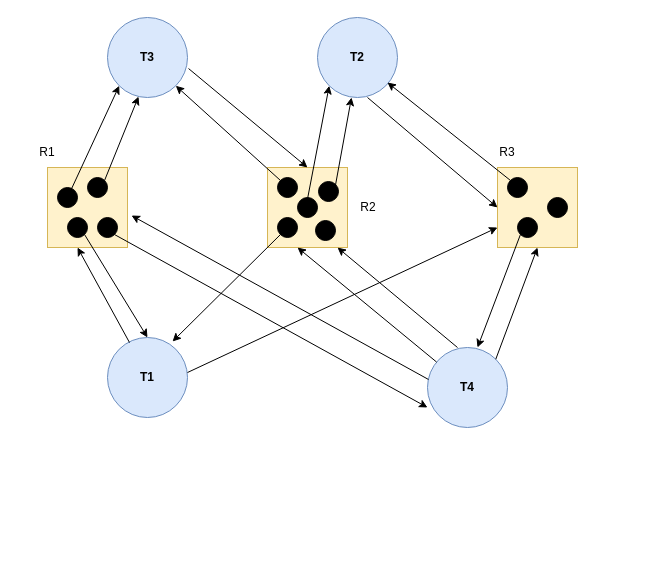
The draw.io diagram RAGs.drawio in huyle84/diagrams, before the edit. Source tidied: cells renumbered, new cells numbered last; positions are measured from the earlier drawing's top-left corner, leaving out a move shared by most shapes. Both pictures are drawn from the tidied source at 100%, with x=0, y=0 at pixel (17, 17).
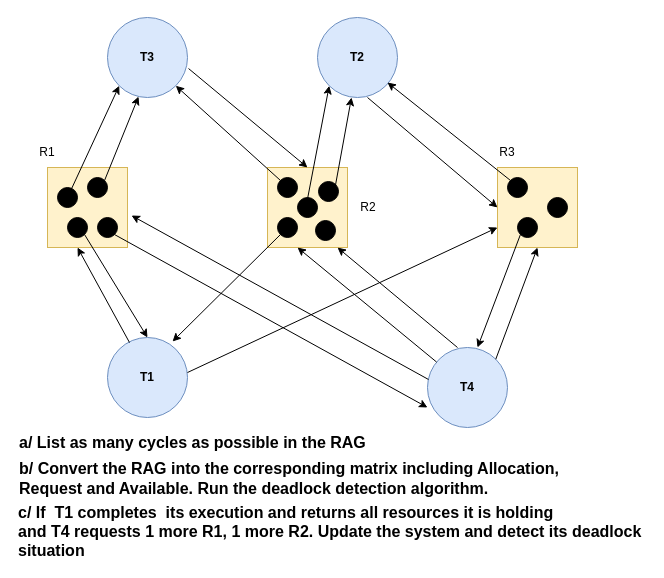
After the change.

Diff of the diagram source:
```diff
@@
+    <mxCell id="42" value="&lt;font style=&quot;font-size: 16px;&quot;&gt;a/ List as many cycles as possible in the RAG&lt;/font&gt;" style="text;html=1;strokeColor=none;fillColor=none;align=left;verticalAlign=middle;whiteSpace=wrap;rounded=0;fontStyle=1;" parent="1" vertex="1">
+      <mxGeometry y="410" width="430" height="30" as="geometry" />
+    </mxCell>
+    <mxCell id="43" value="&lt;font style=&quot;font-size: 16px;&quot;&gt;b/ Convert the RAG into the corresponding matrix including Allocation, Request and Available. Run the deadlock detection algorithm.&lt;/font&gt;" style="text;html=1;strokeColor=none;fillColor=none;align=left;verticalAlign=middle;whiteSpace=wrap;rounded=0;fontStyle=1;" parent="1" vertex="1">
+      <mxGeometry y="446" width="590" height="30" as="geometry" />
+    </mxCell>
+    <mxCell id="44" value="&lt;div style=&quot;text-align: left;&quot;&gt;&lt;span style=&quot;font-size: 16px;&quot;&gt;c/ If &amp;nbsp;T1 completes &amp;nbsp;its execution and returns all resources it is holding&amp;nbsp;&lt;/span&gt;&lt;/div&gt;&lt;font style=&quot;font-size: 16px;&quot;&gt;&lt;div style=&quot;text-align: left;&quot;&gt;and T4 requests 1 more R1, 1 more R2. Update the system and detect its deadlock situation&amp;nbsp;&lt;/div&gt;&lt;/font&gt;" style="text;html=1;strokeColor=none;fillColor=none;align=center;verticalAlign=middle;whiteSpace=wrap;rounded=0;fontStyle=1;" parent="1" vertex="1">
+      <mxGeometry y="499" width="630" height="30" as="geometry" />
+    </mxCell>
```
